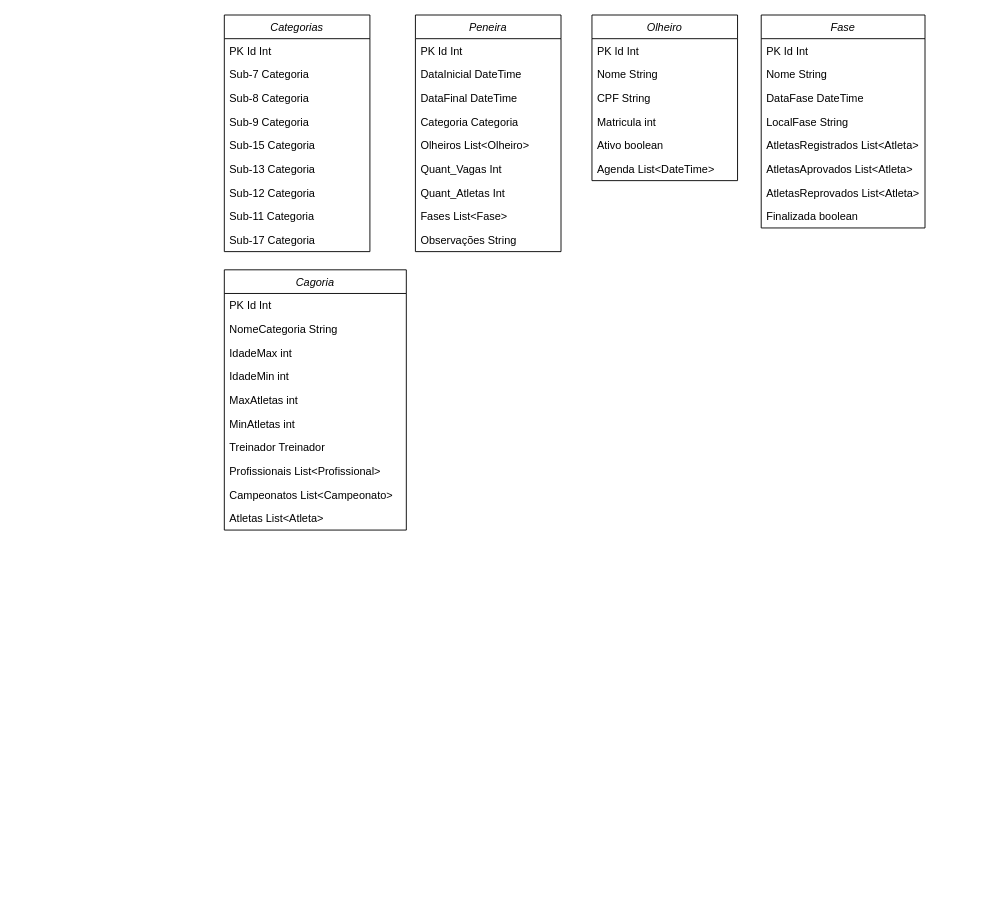
Earlier version of the draw.io diagram GestaoDeBase.drawio (JoaoVMoreira/GestaoDeBase). Source tidied: cells renumbered, new cells numbered last; positions are measured from the earlier drawing's top-left corner, leaving out a move shared by most shapes. Both pictures are drawn from the tidied source at 91%, with x=0, y=0 at pixel (224, 15).
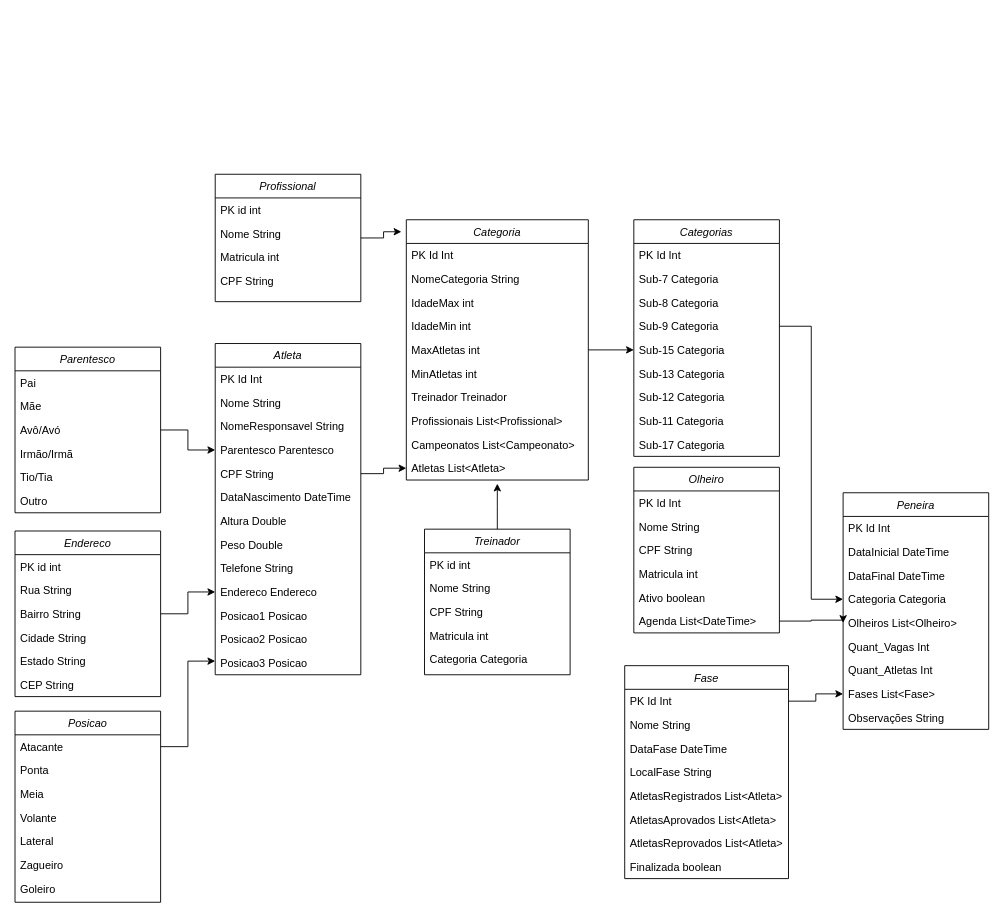
The same diagram, later.

Commit message:
Diagrama entidade-relacionamento

Unchanged cells that the change refers to:
```xml
<mxCell id="6" value="Categoria Categoria" style="text;align=left;verticalAlign=top;spacingLeft=4;spacingRight=4;overflow=hidden;points=[[0,0.5],[1,0.5]];portConstraint=eastwest;rounded=0;shadow=0;html=0;" parent="2" vertex="1">
  <mxGeometry y="104" width="160" height="26" as="geometry" />
</mxCell>
<mxCell id="7" value="Olheiros List&lt;Olheiro&gt;" style="text;align=left;verticalAlign=top;spacingLeft=4;spacingRight=4;overflow=hidden;points=[[0,0.5],[1,0.5]];portConstraint=eastwest;rounded=0;shadow=0;html=0;" parent="2" vertex="1">
  <mxGeometry y="130" width="160" height="26" as="geometry" />
</mxCell>
<mxCell id="10" value="Fases List&lt;Fase&gt;" style="text;align=left;verticalAlign=top;spacingLeft=4;spacingRight=4;overflow=hidden;points=[[0,0.5],[1,0.5]];portConstraint=eastwest;rounded=0;shadow=0;html=0;" parent="2" vertex="1">
  <mxGeometry y="208" width="160" height="26" as="geometry" />
</mxCell>
<mxCell id="16" value="Sub-9 Categoria" style="text;align=left;verticalAlign=top;spacingLeft=4;spacingRight=4;overflow=hidden;points=[[0,0.5],[1,0.5]];portConstraint=eastwest;" parent="12" vertex="1">
  <mxGeometry y="104" width="160" height="26" as="geometry" />
</mxCell>
<mxCell id="17" value="Sub-15 Categoria" style="text;align=left;verticalAlign=top;spacingLeft=4;spacingRight=4;overflow=hidden;points=[[0,0.5],[1,0.5]];portConstraint=eastwest;" parent="12" vertex="1">
  <mxGeometry y="130" width="160" height="26" as="geometry" />
</mxCell>
<mxCell id="32" value="Atletas List&lt;Atleta&gt;" style="text;align=left;verticalAlign=top;spacingLeft=4;spacingRight=4;overflow=hidden;points=[[0,0.5],[1,0.5]];portConstraint=eastwest;" parent="22" vertex="1">
  <mxGeometry y="260" width="200" height="26" as="geometry" />
</mxCell>
<mxCell id="39" value="Agenda List&lt;DateTime&gt;" style="text;align=left;verticalAlign=top;spacingLeft=4;spacingRight=4;overflow=hidden;points=[[0,0.5],[1,0.5]];portConstraint=eastwest;" parent="33" vertex="1">
  <mxGeometry y="156" width="160" height="26" as="geometry" />
</mxCell>
<mxCell id="41" value="PK Id Int" style="text;align=left;verticalAlign=top;spacingLeft=4;spacingRight=4;overflow=hidden;points=[[0,0.5],[1,0.5]];portConstraint=eastwest;" parent="40" vertex="1">
  <mxGeometry y="26" width="180" height="26" as="geometry" />
</mxCell>
```

What changed in the source:
```diff
@@
     <mxCell id="2" value="Peneira" style="swimlane;fontStyle=2;align=center;verticalAlign=top;horizontal=1;startSize=26;rounded=0;shadow=0;strokeWidth=1;" parent="1" vertex="1">
-      <mxGeometry x="210" width="160" height="260" as="geometry" />
+      <mxGeometry x="680" y="525" width="160" height="260" as="geometry" />
     </mxCell>
@@
     <mxCell id="12" value="Categorias" style="swimlane;fontStyle=2;align=center;verticalAlign=top;horizontal=1;startSize=26;rounded=0;shadow=0;strokeWidth=1;" parent="1" vertex="1">
-      <mxGeometry width="160" height="260" as="geometry" />
+      <mxGeometry x="450" y="225" width="160" height="260" as="geometry" />
     </mxCell>
@@
+    <mxCell id="49" style="edgeStyle=orthogonalEdgeStyle;rounded=0;jettySize=auto;html=1;entryX=0;entryY=0.5;entryDx=0;entryDy=0;" parent="1" edge="1" source="22" target="17">
+      <mxGeometry relative="1" as="geometry" />
+    </mxCell>
-    <mxCell id="22" value="Cagoria" style="swimlane;fontStyle=2;align=center;verticalAlign=top;horizontal=1;startSize=26;rounded=0;shadow=0;strokeWidth=1;" parent="1" vertex="1">
-      <mxGeometry y="280" width="200" height="286" as="geometry" />
+    <mxCell id="22" value="Categoria" style="swimlane;fontStyle=2;align=center;verticalAlign=top;horizontal=1;startSize=26;rounded=0;shadow=0;strokeWidth=1;" parent="1" vertex="1">
+      <mxGeometry x="200" y="225" width="200" height="286" as="geometry" />
     </mxCell>
@@
     <mxCell id="33" value="Olheiro" style="swimlane;fontStyle=2;align=center;verticalAlign=top;horizontal=1;startSize=26;rounded=0;shadow=0;strokeWidth=1;" parent="1" vertex="1">
-      <mxGeometry x="404" width="160" height="182" as="geometry" />
+      <mxGeometry x="450" y="497" width="160" height="182" as="geometry" />
     </mxCell>
@@
     <mxCell id="40" value="Fase" style="swimlane;fontStyle=2;align=center;verticalAlign=top;horizontal=1;startSize=26;rounded=0;shadow=0;strokeWidth=1;" parent="1" vertex="1">
-      <mxGeometry x="590" width="180" height="234" as="geometry" />
+      <mxGeometry x="440" y="715" width="180" height="234" as="geometry" />
     </mxCell>
@@
+    <mxCell id="50" style="edgeStyle=orthogonalEdgeStyle;rounded=0;jettySize=auto;html=1;" parent="1" edge="1" source="51">
+      <mxGeometry relative="1" as="geometry">
+        <mxPoint x="300" y="515" as="targetPoint" />
+      </mxGeometry>
+    </mxCell>
+    <mxCell id="51" value="Treinador" style="swimlane;fontStyle=2;align=center;verticalAlign=top;horizontal=1;startSize=26;rounded=0;shadow=0;strokeWidth=1;" parent="1" vertex="1">
+      <mxGeometry x="220" y="565" width="160" height="160" as="geometry" />
+    </mxCell>
+    <mxCell id="52" value="PK id int" style="text;align=left;verticalAlign=top;spacingLeft=4;spacingRight=4;overflow=hidden;" parent="51" vertex="1">
+      <mxGeometry y="26" width="160" height="26" as="geometry" />
+    </mxCell>
+    <mxCell id="53" value="Nome String" style="text;align=left;verticalAlign=top;spacingLeft=4;spacingRight=4;overflow=hidden;" parent="51" vertex="1">
+      <mxGeometry y="52" width="160" height="26" as="geometry" />
+    </mxCell>
+    <mxCell id="54" value="CPF String&#10;" style="text;align=left;verticalAlign=top;spacingLeft=4;spacingRight=4;overflow=hidden;" parent="51" vertex="1">
+      <mxGeometry y="78" width="160" height="26" as="geometry" />
+    </mxCell>
+    <mxCell id="55" value="Matricula int" style="text;align=left;verticalAlign=top;spacingLeft=4;spacingRight=4;overflow=hidden;" parent="51" vertex="1">
+      <mxGeometry y="104" width="160" height="26" as="geometry" />
+    </mxCell>
+    <mxCell id="56" value="Categoria Categoria" style="text;align=left;verticalAlign=top;spacingLeft=4;spacingRight=4;overflow=hidden;" parent="51" vertex="1">
+      <mxGeometry y="130" width="160" height="26" as="geometry" />
+    </mxCell>
+    <mxCell id="57" value="Profissional" style="swimlane;fontStyle=2;align=center;verticalAlign=top;horizontal=1;startSize=26;rounded=0;shadow=0;strokeWidth=1;" parent="1" vertex="1">
+      <mxGeometry x="-10" y="175" width="160" height="140" as="geometry" />
+    </mxCell>
+    <mxCell id="58" value="PK id int" style="text;align=left;verticalAlign=top;spacingLeft=4;spacingRight=4;overflow=hidden;" parent="57" vertex="1">
+      <mxGeometry y="26" width="160" height="26" as="geometry" />
+    </mxCell>
+    <mxCell id="59" value="Nome String" style="text;align=left;verticalAlign=top;spacingLeft=4;spacingRight=4;overflow=hidden;" parent="57" vertex="1">
+      <mxGeometry y="52" width="160" height="26" as="geometry" />
+    </mxCell>
+    <mxCell id="60" value="Matricula int" style="text;align=left;verticalAlign=top;spacingLeft=4;spacingRight=4;overflow=hidden;" parent="57" vertex="1">
+      <mxGeometry y="78" width="160" height="26" as="geometry" />
+    </mxCell>
+    <mxCell id="61" value="CPF String&#10;" style="text;align=left;verticalAlign=top;spacingLeft=4;spacingRight=4;overflow=hidden;" parent="57" vertex="1">
+      <mxGeometry y="104" width="160" height="26" as="geometry" />
+    </mxCell>
+    <mxCell id="62" value="Atleta" style="swimlane;fontStyle=2;align=center;verticalAlign=top;horizontal=1;startSize=26;rounded=0;shadow=0;strokeWidth=1;" parent="1" vertex="1">
+      <mxGeometry x="-10" y="361" width="160" height="364" as="geometry" />
+    </mxCell>
+    <mxCell id="63" value="PK Id Int" style="text;align=left;verticalAlign=top;spacingLeft=4;spacingRight=4;overflow=hidden;" parent="62" vertex="1">
+      <mxGeometry y="26" width="160" height="26" as="geometry" />
+    </mxCell>
+    <mxCell id="64" value="Nome String" style="text;align=left;verticalAlign=top;spacingLeft=4;spacingRight=4;overflow=hidden;" parent="62" vertex="1">
+      <mxGeometry y="52" width="160" height="26" as="geometry" />
+    </mxCell>
+    <mxCell id="65" value="NomeResponsavel String" style="text;align=left;verticalAlign=top;spacingLeft=4;spacingRight=4;overflow=hidden;" parent="62" vertex="1">
+      <mxGeometry y="78" width="160" height="26" as="geometry" />
+    </mxCell>
+    <mxCell id="66" value="Parentesco Parentesco" style="text;align=left;verticalAlign=top;spacingLeft=4;spacingRight=4;overflow=hidden;points=[[0,0.5],[1,0.5]];portConstraint=eastwest;" parent="62" vertex="1">
+      <mxGeometry y="104" width="160" height="26" as="geometry" />
+    </mxCell>
+    <mxCell id="67" value="CPF String&#10;" style="text;align=left;verticalAlign=top;spacingLeft=4;spacingRight=4;overflow=hidden;points=[[0,0.5],[1,0.5]];portConstraint=eastwest;" parent="62" vertex="1">
+      <mxGeometry y="130" width="160" height="26" as="geometry" />
+    </mxCell>
+    <mxCell id="68" value="DataNascimento DateTime" style="text;align=left;verticalAlign=top;spacingLeft=4;spacingRight=4;overflow=hidden;" parent="62" vertex="1">
+      <mxGeometry y="156" width="160" height="26" as="geometry" />
+    </mxCell>
+    <mxCell id="69" value="Altura Double" style="text;align=left;verticalAlign=top;spacingLeft=4;spacingRight=4;overflow=hidden;" parent="62" vertex="1">
+      <mxGeometry y="182" width="160" height="26" as="geometry" />
+    </mxCell>
+    <mxCell id="70" value="Peso Double" style="text;align=left;verticalAlign=top;spacingLeft=4;spacingRight=4;overflow=hidden;" parent="62" vertex="1">
+      <mxGeometry y="208" width="160" height="26" as="geometry" />
+    </mxCell>
+    <mxCell id="71" value="Telefone String" style="text;align=left;verticalAlign=top;spacingLeft=4;spacingRight=4;overflow=hidden;" parent="62" vertex="1">
+      <mxGeometry y="234" width="160" height="26" as="geometry" />
+    </mxCell>
+    <mxCell id="72" value="Endereco Endereco" style="text;align=left;verticalAlign=top;spacingLeft=4;spacingRight=4;overflow=hidden;points=[[0,0.5],[1,0.5]];portConstraint=eastwest;" parent="62" vertex="1">
+      <mxGeometry y="260" width="160" height="26" as="geometry" />
+    </mxCell>
+    <mxCell id="73" value="Posicao1 Posicao" style="text;align=left;verticalAlign=top;spacingLeft=4;spacingRight=4;overflow=hidden;" parent="62" vertex="1">
+      <mxGeometry y="286" width="160" height="26" as="geometry" />
+    </mxCell>
+    <mxCell id="74" value="Posicao2 Posicao" style="text;align=left;verticalAlign=top;spacingLeft=4;spacingRight=4;overflow=hidden;" parent="62" vertex="1">
+      <mxGeometry y="312" width="160" height="26" as="geometry" />
+    </mxCell>
+    <mxCell id="75" value="Posicao3 Posicao" style="text;align=left;verticalAlign=top;spacingLeft=4;spacingRight=4;overflow=hidden;points=[[0,0.5],[1,0.5]];portConstraint=eastwest;" parent="62" vertex="1">
+      <mxGeometry y="338" width="160" height="22" as="geometry" />
+    </mxCell>
+    <mxCell id="76" value="Posicao" style="swimlane;fontStyle=2;align=center;verticalAlign=top;horizontal=1;startSize=26;rounded=0;shadow=0;strokeWidth=1;" parent="1" vertex="1">
+      <mxGeometry x="-230" y="765" width="160" height="210" as="geometry" />
+    </mxCell>
+    <mxCell id="77" value="Atacante" style="text;align=left;verticalAlign=top;spacingLeft=4;spacingRight=4;overflow=hidden;points=[[0,0.5],[1,0.5]];portConstraint=eastwest;" parent="76" vertex="1">
+      <mxGeometry y="26" width="160" height="26" as="geometry" />
+    </mxCell>
+    <mxCell id="78" value="Ponta" style="text;align=left;verticalAlign=top;spacingLeft=4;spacingRight=4;overflow=hidden;" parent="76" vertex="1">
+      <mxGeometry y="52" width="160" height="26" as="geometry" />
+    </mxCell>
+    <mxCell id="79" value="Meia" style="text;align=left;verticalAlign=top;spacingLeft=4;spacingRight=4;overflow=hidden;" parent="76" vertex="1">
+      <mxGeometry y="78" width="160" height="26" as="geometry" />
+    </mxCell>
+    <mxCell id="80" value="Volante" style="text;align=left;verticalAlign=top;spacingLeft=4;spacingRight=4;overflow=hidden;" parent="76" vertex="1">
+      <mxGeometry y="104" width="160" height="26" as="geometry" />
+    </mxCell>
+    <mxCell id="81" value="Lateral" style="text;align=left;verticalAlign=top;spacingLeft=4;spacingRight=4;overflow=hidden;" parent="76" vertex="1">
+      <mxGeometry y="130" width="160" height="26" as="geometry" />
+    </mxCell>
+    <mxCell id="82" value="Zagueiro" style="text;align=left;verticalAlign=top;spacingLeft=4;spacingRight=4;overflow=hidden;" parent="76" vertex="1">
+      <mxGeometry y="156" width="160" height="26" as="geometry" />
+    </mxCell>
+    <mxCell id="83" value="Goleiro" style="text;align=left;verticalAlign=top;spacingLeft=4;spacingRight=4;overflow=hidden;" parent="76" vertex="1">
+      <mxGeometry y="182" width="160" height="26" as="geometry" />
+    </mxCell>
+    <mxCell id="84" value="Endereco" style="swimlane;fontStyle=2;align=center;verticalAlign=top;horizontal=1;startSize=26;rounded=0;shadow=0;strokeWidth=1;" parent="1" vertex="1">
+      <mxGeometry x="-230" y="567" width="160" height="182" as="geometry" />
+    </mxCell>
+    <mxCell id="85" value="PK id int" style="text;align=left;verticalAlign=top;spacingLeft=4;spacingRight=4;overflow=hidden;" parent="84" vertex="1">
+      <mxGeometry y="26" width="160" height="26" as="geometry" />
+    </mxCell>
+    <mxCell id="86" value="Rua String" style="text;align=left;verticalAlign=top;spacingLeft=4;spacingRight=4;overflow=hidden;" parent="84" vertex="1">
+      <mxGeometry y="52" width="160" height="26" as="geometry" />
+    </mxCell>
+    <mxCell id="87" value="Bairro String" style="text;align=left;verticalAlign=top;spacingLeft=4;spacingRight=4;overflow=hidden;points=[[0,0.5],[1,0.5]];portConstraint=eastwest;" parent="84" vertex="1">
+      <mxGeometry y="78" width="160" height="26" as="geometry" />
+    </mxCell>
+    <mxCell id="88" value="Cidade String" style="text;align=left;verticalAlign=top;spacingLeft=4;spacingRight=4;overflow=hidden;" parent="84" vertex="1">
+      <mxGeometry y="104" width="160" height="26" as="geometry" />
+    </mxCell>
+    <mxCell id="89" value="Estado String" style="text;align=left;verticalAlign=top;spacingLeft=4;spacingRight=4;overflow=hidden;" parent="84" vertex="1">
+      <mxGeometry y="130" width="160" height="26" as="geometry" />
+    </mxCell>
+    <mxCell id="90" value="CEP String" style="text;align=left;verticalAlign=top;spacingLeft=4;spacingRight=4;overflow=hidden;" parent="84" vertex="1">
+      <mxGeometry y="156" width="160" height="26" as="geometry" />
+    </mxCell>
+    <mxCell id="91" style="edgeStyle=orthogonalEdgeStyle;rounded=0;jettySize=auto;html=1;entryX=0;entryY=0.5;entryDx=0;entryDy=0;" parent="1" edge="1" source="92" target="66">
+      <mxGeometry relative="1" as="geometry" />
+    </mxCell>
+    <mxCell id="92" value="Parentesco" style="swimlane;fontStyle=2;align=center;verticalAlign=top;horizontal=1;startSize=26;rounded=0;shadow=0;strokeWidth=1;" parent="1" vertex="1">
+      <mxGeometry x="-230" y="365" width="160" height="182" as="geometry" />
+    </mxCell>
+    <mxCell id="93" value="Pai" style="text;align=left;verticalAlign=top;spacingLeft=4;spacingRight=4;overflow=hidden;" parent="92" vertex="1">
+      <mxGeometry y="26" width="160" height="26" as="geometry" />
+    </mxCell>
+    <mxCell id="94" value="Mãe" style="text;align=left;verticalAlign=top;spacingLeft=4;spacingRight=4;overflow=hidden;" parent="92" vertex="1">
+      <mxGeometry y="52" width="160" height="26" as="geometry" />
+    </mxCell>
+    <mxCell id="95" value="Avô/Avó" style="text;align=left;verticalAlign=top;spacingLeft=4;spacingRight=4;overflow=hidden;" parent="92" vertex="1">
+      <mxGeometry y="78" width="160" height="26" as="geometry" />
+    </mxCell>
+    <mxCell id="96" value="Irmão/Irmã" style="text;align=left;verticalAlign=top;spacingLeft=4;spacingRight=4;overflow=hidden;" parent="92" vertex="1">
+      <mxGeometry y="104" width="160" height="26" as="geometry" />
+    </mxCell>
+    <mxCell id="97" value="Tio/Tia" style="text;align=left;verticalAlign=top;spacingLeft=4;spacingRight=4;overflow=hidden;" parent="92" vertex="1">
+      <mxGeometry y="130" width="160" height="26" as="geometry" />
+    </mxCell>
+    <mxCell id="98" value="Outro" style="text;align=left;verticalAlign=top;spacingLeft=4;spacingRight=4;overflow=hidden;" parent="92" vertex="1">
+      <mxGeometry y="156" width="160" height="26" as="geometry" />
+    </mxCell>
+    <mxCell id="99" style="edgeStyle=orthogonalEdgeStyle;rounded=0;jettySize=auto;html=1;entryX=0;entryY=0.5;entryDx=0;entryDy=0;" parent="1" edge="1" source="16" target="6">
+      <mxGeometry relative="1" as="geometry" />
+    </mxCell>
+    <mxCell id="100" style="edgeStyle=orthogonalEdgeStyle;rounded=0;jettySize=auto;html=1;entryX=0;entryY=0.5;entryDx=0;entryDy=0;" parent="1" edge="1" source="39" target="7">
+      <mxGeometry relative="1" as="geometry">
+        <Array as="points">
+          <mxPoint x="645" y="666" />
+          <mxPoint x="680" y="665" />
+        </Array>
+      </mxGeometry>
+    </mxCell>
+    <mxCell id="101" style="edgeStyle=orthogonalEdgeStyle;rounded=0;jettySize=auto;html=1;entryX=0;entryY=0.5;entryDx=0;entryDy=0;" parent="1" edge="1" source="41" target="10">
+      <mxGeometry relative="1" as="geometry" />
+    </mxCell>
+    <mxCell id="102" style="edgeStyle=orthogonalEdgeStyle;rounded=0;jettySize=auto;html=1;entryX=-0.027;entryY=0.046;entryDx=0;entryDy=0;entryPerimeter=0;" parent="1" edge="1" source="57" target="22">
+      <mxGeometry relative="1" as="geometry" />
+    </mxCell>
+    <mxCell id="103" style="edgeStyle=orthogonalEdgeStyle;rounded=0;jettySize=auto;html=1;" parent="1" edge="1" source="67" target="32">
+      <mxGeometry relative="1" as="geometry" />
+    </mxCell>
+    <mxCell id="104" style="edgeStyle=orthogonalEdgeStyle;rounded=0;jettySize=auto;html=1;entryX=0;entryY=0.5;entryDx=0;entryDy=0;" parent="1" edge="1" source="77" target="75">
+      <mxGeometry relative="1" as="geometry" />
+    </mxCell>
+    <mxCell id="105" style="edgeStyle=orthogonalEdgeStyle;rounded=0;jettySize=auto;html=1;entryX=0;entryY=0.5;entryDx=0;entryDy=0;" parent="1" edge="1" source="87" target="72">
+      <mxGeometry relative="1" as="geometry" />
+    </mxCell>
```
